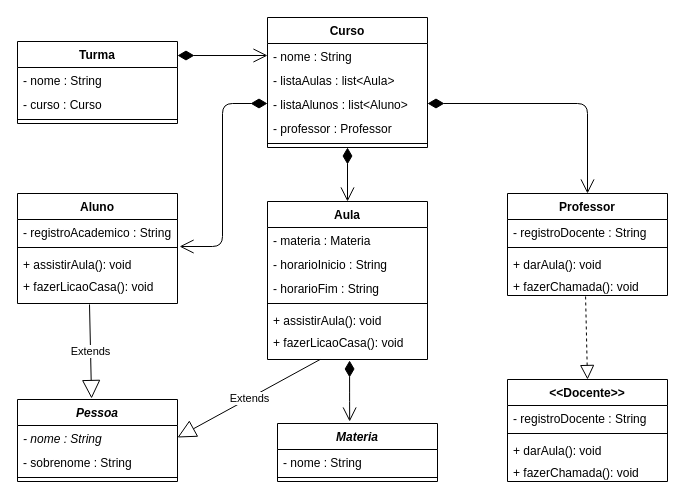
ItaloJamison/exercicioDeRevisao keeps this draw.io diagram as DiagramaRevisãoAula8.drawio. Above is the earlier version. Source tidied: cells renumbered, new cells numbered last; positions are measured from the earlier drawing's top-left corner, leaving out a move shared by most shapes. Both pictures are drawn from the tidied source at 100%, with x=0, y=0 at pixel (17, 17).
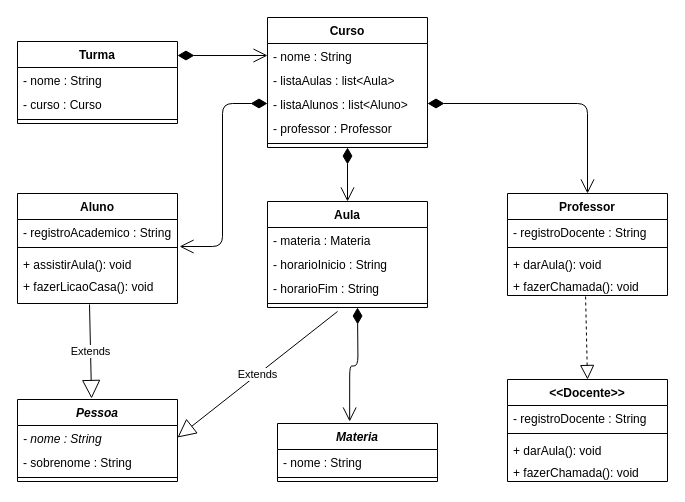
Above is the later version.

Commit message:
Classes: Curso || Turma

The change refers to these unchanged cells:
```xml
<mxCell id="36" value="- nome : String&#10; " style="text;strokeColor=none;fillColor=none;align=left;verticalAlign=top;spacingLeft=4;spacingRight=4;overflow=hidden;points=[[0,0.5],[1,0.5]];portConstraint=eastwest;fontStyle=2;" parent="35" vertex="1">
  <mxGeometry y="26" width="160" height="24" as="geometry" />
</mxCell>
<mxCell id="40" value="Materia" style="swimlane;fontStyle=3;align=center;verticalAlign=top;horizontal=1;startSize=26;" parent="1" vertex="1">
  <mxGeometry x="260" y="406" width="160" height="58" as="geometry" />
</mxCell>
```

What changed in the source:
```diff
@@
     <mxCell id="20" value="Aula" style="swimlane;fontStyle=1;align=center;verticalAlign=top;horizontal=1;startSize=26;" parent="1" vertex="1">
-      <mxGeometry x="250" y="184" width="160" height="158" as="geometry" />
+      <mxGeometry x="250" y="184" width="160" height="106" as="geometry" />
     </mxCell>
@@
-    <mxCell id="25" value="+ assistirAula(): void" style="text;strokeColor=none;fillColor=none;align=left;verticalAlign=top;spacingLeft=4;spacingRight=4;overflow=hidden;" parent="20" vertex="1">
-      <mxGeometry y="106" width="160" height="22" as="geometry" />
-    </mxCell>
-    <mxCell id="26" value="+ fazerLicaoCasa(): void" style="text;strokeColor=none;fillColor=none;align=left;verticalAlign=top;spacingLeft=4;spacingRight=4;overflow=hidden;points=[[0,0.5],[1,0.5]];portConstraint=eastwest;" parent="20" vertex="1">
-      <mxGeometry y="128" width="160" height="30" as="geometry" />
-    </mxCell>
@@
-    <mxCell id="28" value="Extends" style="endArrow=block;endSize=16;endFill=0;html=1;entryX=1;entryY=0.5;entryDx=0;entryDy=0;" parent="1" edge="1" source="26" target="36">
-      <mxGeometry relative="1" as="geometry" />
+    <mxCell id="28" value="Extends" style="endArrow=block;endSize=16;endFill=0;html=1;entryX=1;entryY=0.5;entryDx=0;entryDy=0;" parent="1" edge="1" target="36">
+      <mxGeometry relative="1" as="geometry">
+        <mxPoint x="320" y="294" as="sourcePoint" />
+      </mxGeometry>
     </mxCell>
@@
-    <mxCell id="43" style="endArrow=open;html=1;endSize=12;startArrow=diamondThin;startSize=14;startFill=1;edgeStyle=orthogonalEdgeStyle;align=left;verticalAlign=bottom;exitX=0.513;exitY=1.033;exitDx=0;exitDy=0;exitPerimeter=0;entryX=0.451;entryY=-0.034;entryDx=0;entryDy=0;entryPerimeter=0;" parent="1" edge="1" source="26" target="40">
-      <mxGeometry x="-0.42" y="18" relative="1" as="geometry" />
+    <mxCell id="43" style="endArrow=open;html=1;endSize=12;startArrow=diamondThin;startSize=14;startFill=1;edgeStyle=orthogonalEdgeStyle;align=left;verticalAlign=bottom;entryX=0.451;entryY=-0.034;entryDx=0;entryDy=0;entryPerimeter=0;" parent="1" edge="1" target="40">
+      <mxGeometry x="-0.42" y="18" relative="1" as="geometry">
+        <mxPoint x="340" y="290" as="sourcePoint" />
+      </mxGeometry>
     </mxCell>
```
